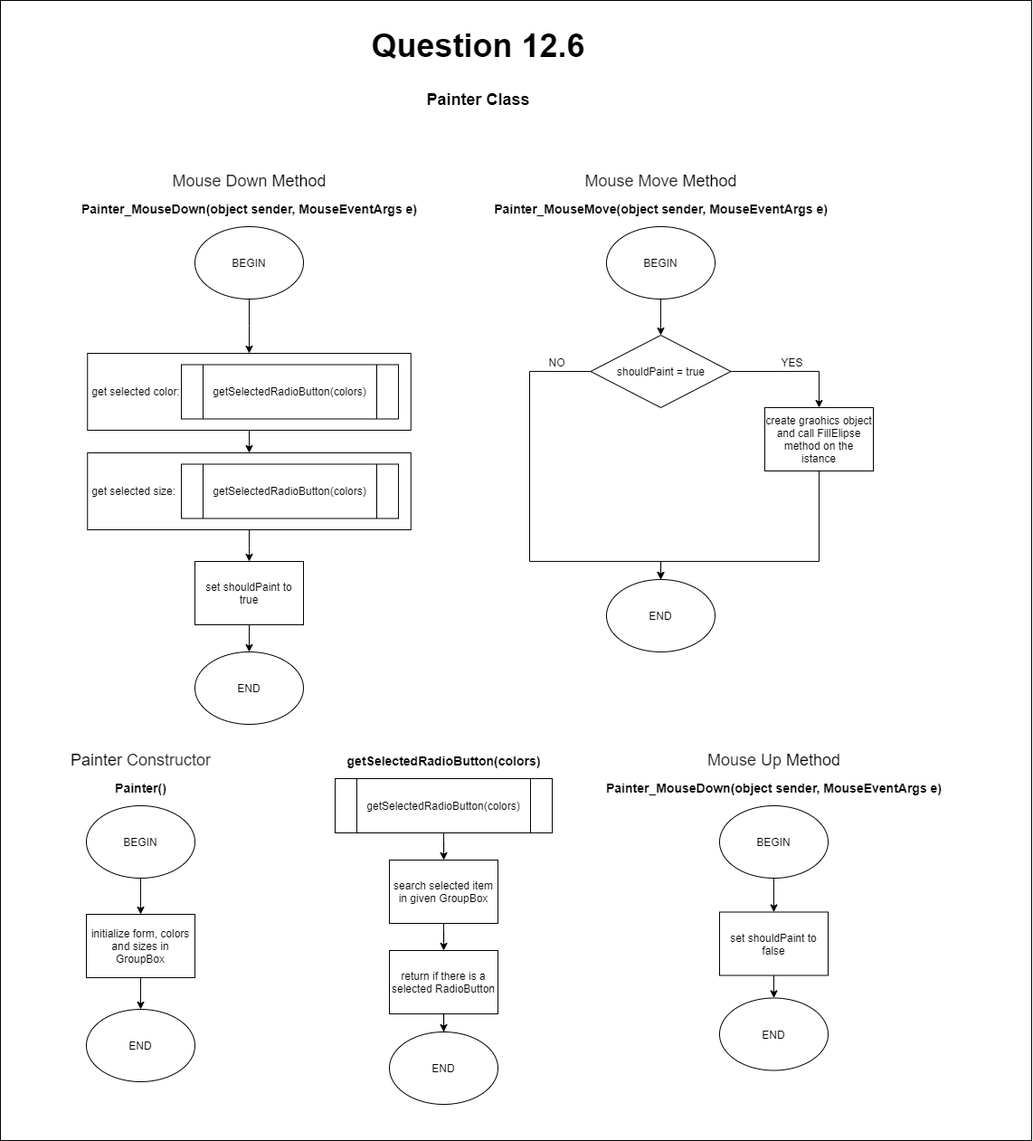
This is Flowcharts/HW_12.6.png from basarYargici/VisualBasedProgrammingMidterm2, a draw.io export, as it was before one commit. Source tidied: cells renumbered, new cells last; positions are measured from the earlier drawing's top-left corner, leaving out a move shared by most shapes. Its diagram source:
```xml
<mxGraphModel>
  <root>
    <mxCell id="0" />
    <mxCell id="1" parent="0" />
    <mxCell id="2" style="rounded=0;whiteSpace=wrap;html=1;" parent="1" vertex="1">
      <mxGeometry width="1140" height="1260" as="geometry" />
    </mxCell>
    <mxCell id="3" value="&lt;span style=&quot;font-size: 18px&quot;&gt;Painter&amp;nbsp;&lt;/span&gt;&lt;span style=&quot;color: rgb(36 , 41 , 46) ; font-size: 18px&quot;&gt;Constructor&lt;/span&gt;" style="text;html=1;align=center;verticalAlign=middle;" parent="1" vertex="1">
      <mxGeometry x="70" y="830" width="170" height="20" as="geometry" />
    </mxCell>
    <mxCell id="4" style="edgeStyle=orthogonalEdgeStyle;rounded=0;jettySize=auto;html=1;" parent="1" edge="1" source="5" target="8">
      <mxGeometry relative="1" as="geometry" />
    </mxCell>
    <mxCell id="5" value="BEGIN" style="ellipse;whiteSpace=wrap;html=1;" parent="1" vertex="1">
      <mxGeometry x="95" y="890" width="120" height="80" as="geometry" />
    </mxCell>
    <mxCell id="6" value="END" style="ellipse;whiteSpace=wrap;html=1;" parent="1" vertex="1">
      <mxGeometry x="95" y="1115" width="120" height="80" as="geometry" />
    </mxCell>
    <mxCell id="7" style="edgeStyle=orthogonalEdgeStyle;rounded=0;jettySize=auto;html=1;exitX=0.5;exitY=1;exitDx=0;exitDy=0;entryX=0.5;entryY=0;entryDx=0;entryDy=0;" parent="1" edge="1" source="8" target="6">
      <mxGeometry relative="1" as="geometry" />
    </mxCell>
    <mxCell id="8" value="initialize form, colors and sizes in GroupBox" style="rounded=0;whiteSpace=wrap;html=1;" parent="1" vertex="1">
      <mxGeometry x="95" y="1010" width="120" height="70" as="geometry" />
    </mxCell>
    <mxCell id="9" value="&lt;font&gt;&lt;span style=&quot;font-size: 18px&quot;&gt;&lt;font color=&quot;#24292e&quot;&gt;Mouse Down&amp;nbsp;&lt;/font&gt;Method&lt;/span&gt;&lt;/font&gt;" style="text;html=1;align=center;verticalAlign=middle;" parent="1" vertex="1">
      <mxGeometry x="180" y="190" width="190" height="20" as="geometry" />
    </mxCell>
    <mxCell id="10" style="edgeStyle=orthogonalEdgeStyle;rounded=0;jettySize=auto;html=1;" parent="1" edge="1" source="11" target="15">
      <mxGeometry relative="1" as="geometry" />
    </mxCell>
    <mxCell id="11" value="BEGIN" style="ellipse;whiteSpace=wrap;html=1;" parent="1" vertex="1">
      <mxGeometry x="215" y="250" width="120" height="80" as="geometry" />
    </mxCell>
    <mxCell id="12" value="END" style="ellipse;whiteSpace=wrap;html=1;" parent="1" vertex="1">
      <mxGeometry x="215" y="720" width="120" height="80" as="geometry" />
    </mxCell>
    <mxCell id="13" value="&lt;span style=&quot;font-size: 14px&quot;&gt;&lt;b&gt;Painter_MouseDown(object sender, MouseEventArgs e)&lt;/b&gt;&lt;/span&gt;" style="text;html=1;align=center;verticalAlign=middle;" parent="1" vertex="1">
      <mxGeometry x="80" y="220" width="390" height="20" as="geometry" />
    </mxCell>
    <mxCell id="14" style="edgeStyle=orthogonalEdgeStyle;rounded=0;jettySize=auto;html=1;exitX=0.5;exitY=1;exitDx=0;exitDy=0;entryX=0.5;entryY=0;entryDx=0;entryDy=0;" parent="1" edge="1" source="15" target="20">
      <mxGeometry relative="1" as="geometry" />
    </mxCell>
    <mxCell id="15" value="&amp;nbsp;get selected color:&amp;nbsp;" style="rounded=0;whiteSpace=wrap;html=1;align=left;" parent="1" vertex="1">
      <mxGeometry x="96.2" y="390" width="357.5" height="85" as="geometry" />
    </mxCell>
    <mxCell id="16" value="&lt;font style=&quot;font-size: 18px&quot;&gt;&lt;b&gt;Painter Class&lt;/b&gt;&lt;/font&gt;" style="text;html=1;align=center;verticalAlign=middle;strokeColor=none;" parent="1" vertex="1">
      <mxGeometry x="462.5" y="100" width="130" height="20" as="geometry" />
    </mxCell>
    <mxCell id="17" value="&lt;span style=&quot;text-align: left&quot;&gt;&lt;font&gt;&lt;span style=&quot;font-size: 14px&quot;&gt;&lt;b&gt;Painter()&lt;/b&gt;&lt;/span&gt;&lt;/font&gt;&lt;/span&gt;" style="text;html=1;align=center;verticalAlign=middle;" parent="1" vertex="1">
      <mxGeometry x="120" y="860" width="70" height="20" as="geometry" />
    </mxCell>
    <mxCell id="18" value="getSelectedRadioButton(colors)" style="shape=process;whiteSpace=wrap;html=1;backgroundOutline=1;" parent="1" vertex="1">
      <mxGeometry x="200" y="402.5" width="240" height="60" as="geometry" />
    </mxCell>
    <mxCell id="19" style="edgeStyle=orthogonalEdgeStyle;rounded=0;jettySize=auto;html=1;" parent="1" edge="1" source="20" target="23">
      <mxGeometry relative="1" as="geometry" />
    </mxCell>
    <mxCell id="20" value="&amp;nbsp;get selected size:&amp;nbsp;" style="rounded=0;whiteSpace=wrap;html=1;align=left;" parent="1" vertex="1">
      <mxGeometry x="96.2" y="500" width="357.5" height="85" as="geometry" />
    </mxCell>
    <mxCell id="21" value="getSelectedRadioButton(colors)" style="shape=process;whiteSpace=wrap;html=1;backgroundOutline=1;" parent="1" vertex="1">
      <mxGeometry x="200" y="512.5" width="240" height="60" as="geometry" />
    </mxCell>
    <mxCell id="22" style="edgeStyle=orthogonalEdgeStyle;rounded=0;jettySize=auto;html=1;" parent="1" edge="1" source="23" target="12">
      <mxGeometry relative="1" as="geometry" />
    </mxCell>
    <mxCell id="23" value="set shouldPaint to true" style="rounded=0;whiteSpace=wrap;html=1;" parent="1" vertex="1">
      <mxGeometry x="215" y="620" width="120" height="70" as="geometry" />
    </mxCell>
    <mxCell id="24" value="&lt;span&gt;&lt;b&gt;&lt;font style=&quot;font-size: 14px&quot;&gt;getSelectedRadioButton(colors)&lt;/font&gt;&lt;/b&gt;&lt;/span&gt;" style="text;html=1;align=center;verticalAlign=middle;" parent="1" vertex="1">
      <mxGeometry x="375" y="830" width="230" height="20" as="geometry" />
    </mxCell>
    <mxCell id="25" style="edgeStyle=orthogonalEdgeStyle;rounded=0;jettySize=auto;html=1;" parent="1" edge="1" source="26" target="28">
      <mxGeometry relative="1" as="geometry" />
    </mxCell>
    <mxCell id="26" value="getSelectedRadioButton(colors)" style="shape=process;whiteSpace=wrap;html=1;backgroundOutline=1;" parent="1" vertex="1">
      <mxGeometry x="370" y="860" width="240" height="60" as="geometry" />
    </mxCell>
    <mxCell id="27" style="edgeStyle=orthogonalEdgeStyle;rounded=0;jettySize=auto;html=1;" parent="1" edge="1" source="28" target="30">
      <mxGeometry relative="1" as="geometry" />
    </mxCell>
    <mxCell id="28" value="search selected item in given GroupBox" style="rounded=0;whiteSpace=wrap;html=1;" parent="1" vertex="1">
      <mxGeometry x="430" y="950" width="120" height="70" as="geometry" />
    </mxCell>
    <mxCell id="29" style="edgeStyle=orthogonalEdgeStyle;rounded=0;jettySize=auto;html=1;" parent="1" edge="1" source="30" target="31">
      <mxGeometry relative="1" as="geometry" />
    </mxCell>
    <mxCell id="30" value="return if there is a selected RadioButton" style="rounded=0;whiteSpace=wrap;html=1;" parent="1" vertex="1">
      <mxGeometry x="430" y="1050" width="120" height="70" as="geometry" />
    </mxCell>
    <mxCell id="31" value="END" style="ellipse;whiteSpace=wrap;html=1;" parent="1" vertex="1">
      <mxGeometry x="430" y="1140" width="120" height="80" as="geometry" />
    </mxCell>
    <mxCell id="32" value="&lt;font&gt;&lt;span style=&quot;font-size: 18px&quot;&gt;&lt;font color=&quot;#24292e&quot;&gt;Mouse Up&amp;nbsp;&lt;/font&gt;Method&lt;/span&gt;&lt;/font&gt;" style="text;html=1;align=center;verticalAlign=middle;" parent="1" vertex="1">
      <mxGeometry x="775" y="830" width="160" height="20" as="geometry" />
    </mxCell>
    <mxCell id="33" style="edgeStyle=orthogonalEdgeStyle;rounded=0;jettySize=auto;html=1;" parent="1" edge="1" source="34" target="38">
      <mxGeometry relative="1" as="geometry" />
    </mxCell>
    <mxCell id="34" value="BEGIN" style="ellipse;whiteSpace=wrap;html=1;" parent="1" vertex="1">
      <mxGeometry x="795" y="890" width="120" height="80" as="geometry" />
    </mxCell>
    <mxCell id="35" value="END" style="ellipse;whiteSpace=wrap;html=1;" parent="1" vertex="1">
      <mxGeometry x="795" y="1102.5" width="120" height="80" as="geometry" />
    </mxCell>
    <mxCell id="36" value="&lt;span style=&quot;font-size: 14px&quot;&gt;&lt;b&gt;Painter_MouseDown(object sender, MouseEventArgs e)&lt;/b&gt;&lt;/span&gt;" style="text;html=1;align=center;verticalAlign=middle;" parent="1" vertex="1">
      <mxGeometry x="660" y="860" width="390" height="20" as="geometry" />
    </mxCell>
    <mxCell id="37" style="edgeStyle=orthogonalEdgeStyle;rounded=0;jettySize=auto;html=1;" parent="1" edge="1" source="38" target="35">
      <mxGeometry relative="1" as="geometry" />
    </mxCell>
    <mxCell id="38" value="set shouldPaint to false" style="rounded=0;whiteSpace=wrap;html=1;" parent="1" vertex="1">
      <mxGeometry x="795" y="1007.5" width="120" height="70" as="geometry" />
    </mxCell>
    <mxCell id="39" value="&lt;font&gt;&lt;span style=&quot;font-size: 18px&quot;&gt;&lt;font color=&quot;#24292e&quot;&gt;Mouse Move&amp;nbsp;&lt;/font&gt;Method&lt;/span&gt;&lt;/font&gt;" style="text;html=1;align=center;verticalAlign=middle;" parent="1" vertex="1">
      <mxGeometry x="640" y="190" width="180" height="20" as="geometry" />
    </mxCell>
    <mxCell id="40" style="edgeStyle=orthogonalEdgeStyle;rounded=0;jettySize=auto;html=1;" parent="1" edge="1" source="41" target="46">
      <mxGeometry relative="1" as="geometry" />
    </mxCell>
    <mxCell id="41" value="BEGIN" style="ellipse;whiteSpace=wrap;html=1;" parent="1" vertex="1">
      <mxGeometry x="670" y="250" width="120" height="80" as="geometry" />
    </mxCell>
    <mxCell id="42" value="END" style="ellipse;whiteSpace=wrap;html=1;" parent="1" vertex="1">
      <mxGeometry x="670" y="640" width="120" height="80" as="geometry" />
    </mxCell>
    <mxCell id="43" value="&lt;span style=&quot;font-size: 14px&quot;&gt;&lt;b&gt;Painter_MouseMove(object sender, MouseEventArgs e)&lt;/b&gt;&lt;/span&gt;" style="text;html=1;align=center;verticalAlign=middle;" parent="1" vertex="1">
      <mxGeometry x="540" y="220" width="380" height="20" as="geometry" />
    </mxCell>
    <mxCell id="44" style="edgeStyle=orthogonalEdgeStyle;rounded=0;jettySize=auto;html=1;exitX=0;exitY=0.5;exitDx=0;exitDy=0;entryX=0.5;entryY=0;entryDx=0;entryDy=0;" parent="1" edge="1" source="46" target="42">
      <mxGeometry relative="1" as="geometry">
        <Array as="points">
          <mxPoint x="585" y="410" />
          <mxPoint x="585" y="620" />
          <mxPoint x="730" y="620" />
        </Array>
      </mxGeometry>
    </mxCell>
    <mxCell id="45" style="edgeStyle=orthogonalEdgeStyle;rounded=0;jettySize=auto;html=1;exitX=1;exitY=0.5;exitDx=0;exitDy=0;entryX=0.5;entryY=0;entryDx=0;entryDy=0;" parent="1" edge="1" source="46" target="49">
      <mxGeometry relative="1" as="geometry" />
    </mxCell>
    <mxCell id="46" value="shouldPaint = true" style="rhombus;whiteSpace=wrap;html=1;" parent="1" vertex="1">
      <mxGeometry x="652.5" y="370" width="155" height="80" as="geometry" />
    </mxCell>
    <mxCell id="47" value="NO" style="text;html=1;align=center;verticalAlign=middle;strokeColor=none;" parent="1" vertex="1">
      <mxGeometry x="600" y="390" width="30" height="20" as="geometry" />
    </mxCell>
    <mxCell id="48" style="edgeStyle=orthogonalEdgeStyle;rounded=0;jettySize=auto;html=1;exitX=0.5;exitY=1;exitDx=0;exitDy=0;entryX=0.5;entryY=0;entryDx=0;entryDy=0;" parent="1" edge="1" source="49" target="42">
      <mxGeometry relative="1" as="geometry">
        <Array as="points">
          <mxPoint x="905" y="620" />
          <mxPoint x="730" y="620" />
        </Array>
      </mxGeometry>
    </mxCell>
    <mxCell id="49" value="create graohics object and call FillElipse method on the istance" style="rounded=0;whiteSpace=wrap;html=1;" parent="1" vertex="1">
      <mxGeometry x="845" y="450" width="120" height="70" as="geometry" />
    </mxCell>
    <mxCell id="50" value="YES" style="text;html=1;align=center;verticalAlign=middle;strokeColor=none;" parent="1" vertex="1">
      <mxGeometry x="855" y="390" width="40" height="20" as="geometry" />
    </mxCell>
    <mxCell id="51" value="&lt;h1&gt;&lt;font style=&quot;font-size: 36px&quot;&gt;Question 12.6&lt;/font&gt;&lt;/h1&gt;" style="text;html=1;align=center;verticalAlign=middle;" parent="1" vertex="1">
      <mxGeometry x="402.5" y="20" width="250" height="60" as="geometry" />
    </mxCell>
  </root>
</mxGraphModel>
```
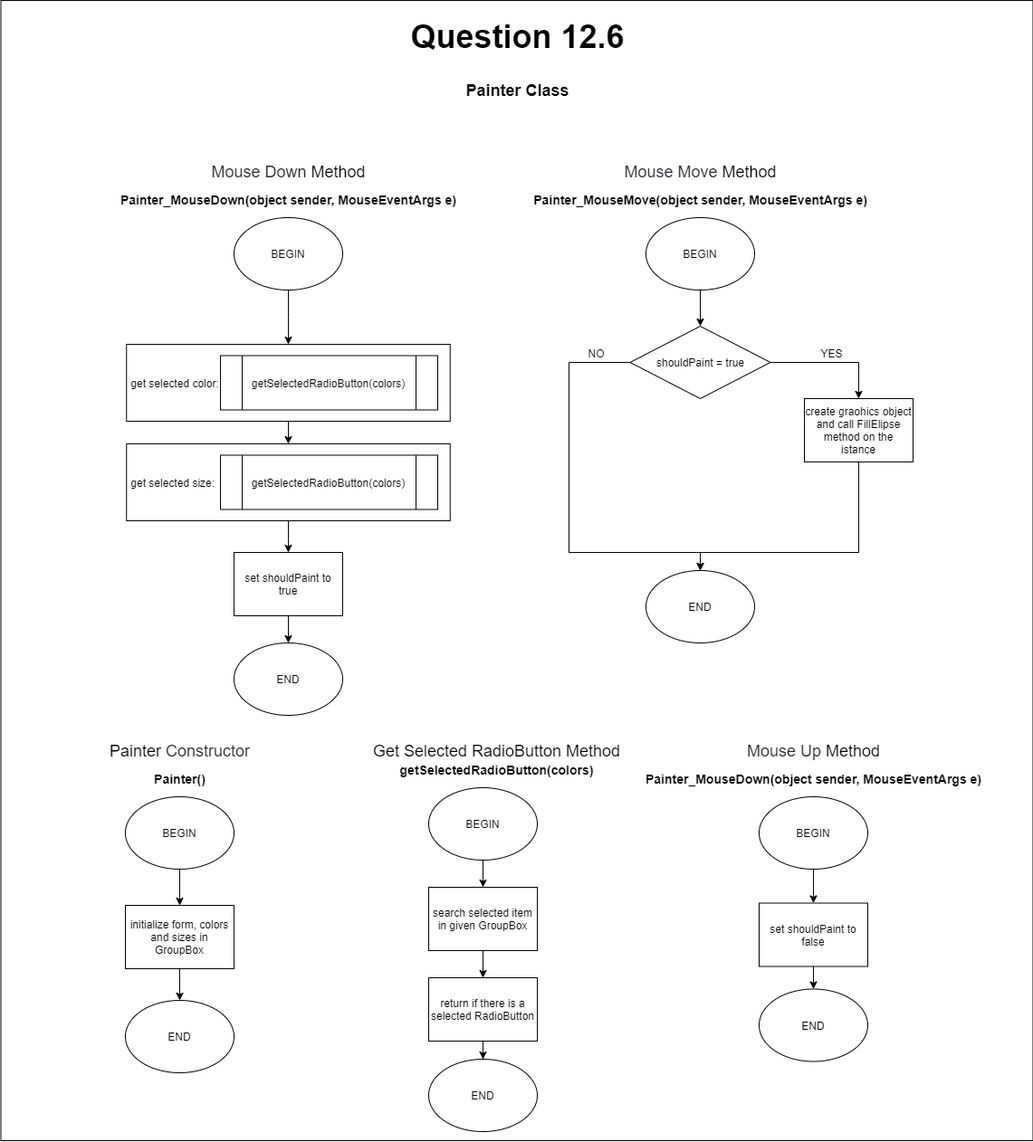
After the change.

Change to the diagram source:
```diff
@@ -3,7 +3,7 @@
     <mxCell id="0" />
     <mxCell id="1" parent="0" />
     <mxCell id="2" style="rounded=0;whiteSpace=wrap;html=1;" parent="1" vertex="1">
-      <mxGeometry width="1140" height="1260" as="geometry" />
+      <mxGeometry x="-42.5" y="10" width="1140" height="1260" as="geometry" />
     </mxCell>
     <mxCell id="3" value="&lt;span style=&quot;font-size: 18px&quot;&gt;Painter&amp;nbsp;&lt;/span&gt;&lt;span style=&quot;color: rgb(36 , 41 , 46) ; font-size: 18px&quot;&gt;Constructor&lt;/span&gt;" style="text;html=1;align=center;verticalAlign=middle;" parent="1" vertex="1">
       <mxGeometry x="70" y="830" width="170" height="20" as="geometry" />
@@ -69,28 +69,27 @@
       <mxGeometry x="215" y="620" width="120" height="70" as="geometry" />
     </mxCell>
     <mxCell id="24" value="&lt;span&gt;&lt;b&gt;&lt;font style=&quot;font-size: 14px&quot;&gt;getSelectedRadioButton(colors)&lt;/font&gt;&lt;/b&gt;&lt;/span&gt;" style="text;html=1;align=center;verticalAlign=middle;" parent="1" vertex="1">
-      <mxGeometry x="375" y="830" width="230" height="20" as="geometry" />
+      <mxGeometry x="390" y="850" width="230" height="20" as="geometry" />
     </mxCell>
-    <mxCell id="25" style="edgeStyle=orthogonalEdgeStyle;rounded=0;jettySize=auto;html=1;" parent="1" edge="1" source="26" target="28">
-      <mxGeometry relative="1" as="geometry" />
+    <mxCell id="25" style="edgeStyle=orthogonalEdgeStyle;rounded=0;jettySize=auto;html=1;" parent="1" edge="1" target="28">
+      <mxGeometry relative="1" as="geometry">
+        <mxPoint x="490" y="960" as="sourcePoint" />
+      </mxGeometry>
     </mxCell>
-    <mxCell id="26" value="getSelectedRadioButton(colors)" style="shape=process;whiteSpace=wrap;html=1;backgroundOutline=1;" parent="1" vertex="1">
-      <mxGeometry x="370" y="860" width="240" height="60" as="geometry" />
-    </mxCell>
     <mxCell id="27" style="edgeStyle=orthogonalEdgeStyle;rounded=0;jettySize=auto;html=1;" parent="1" edge="1" source="28" target="30">
       <mxGeometry relative="1" as="geometry" />
     </mxCell>
     <mxCell id="28" value="search selected item in given GroupBox" style="rounded=0;whiteSpace=wrap;html=1;" parent="1" vertex="1">
-      <mxGeometry x="430" y="950" width="120" height="70" as="geometry" />
+      <mxGeometry x="430" y="990" width="120" height="70" as="geometry" />
     </mxCell>
     <mxCell id="29" style="edgeStyle=orthogonalEdgeStyle;rounded=0;jettySize=auto;html=1;" parent="1" edge="1" source="30" target="31">
       <mxGeometry relative="1" as="geometry" />
     </mxCell>
     <mxCell id="30" value="return if there is a selected RadioButton" style="rounded=0;whiteSpace=wrap;html=1;" parent="1" vertex="1">
-      <mxGeometry x="430" y="1050" width="120" height="70" as="geometry" />
+      <mxGeometry x="430" y="1090" width="120" height="70" as="geometry" />
     </mxCell>
     <mxCell id="31" value="END" style="ellipse;whiteSpace=wrap;html=1;" parent="1" vertex="1">
-      <mxGeometry x="430" y="1140" width="120" height="80" as="geometry" />
+      <mxGeometry x="430" y="1180" width="120" height="80" as="geometry" />
     </mxCell>
     <mxCell id="32" value="&lt;font&gt;&lt;span style=&quot;font-size: 18px&quot;&gt;&lt;font color=&quot;#24292e&quot;&gt;Mouse Up&amp;nbsp;&lt;/font&gt;Method&lt;/span&gt;&lt;/font&gt;" style="text;html=1;align=center;verticalAlign=middle;" parent="1" vertex="1">
       <mxGeometry x="775" y="830" width="160" height="20" as="geometry" />
@@ -163,5 +162,11 @@
     <mxCell id="51" value="&lt;h1&gt;&lt;font style=&quot;font-size: 36px&quot;&gt;Question 12.6&lt;/font&gt;&lt;/h1&gt;" style="text;html=1;align=center;verticalAlign=middle;" parent="1" vertex="1">
       <mxGeometry x="402.5" y="20" width="250" height="60" as="geometry" />
     </mxCell>
+    <mxCell id="52" value="BEGIN" style="ellipse;whiteSpace=wrap;html=1;" parent="1" vertex="1">
+      <mxGeometry x="430" y="880" width="120" height="80" as="geometry" />
+    </mxCell>
+    <mxCell id="53" value="&lt;font style=&quot;font-size: 18px&quot;&gt;Get Selected RadioButton Method&lt;/font&gt;" style="text;html=1;align=center;verticalAlign=middle;strokeColor=none;" parent="1" vertex="1">
+      <mxGeometry x="360" y="830" width="290" height="20" as="geometry" />
+    </mxCell>
   </root>
 </mxGraphModel>
```
